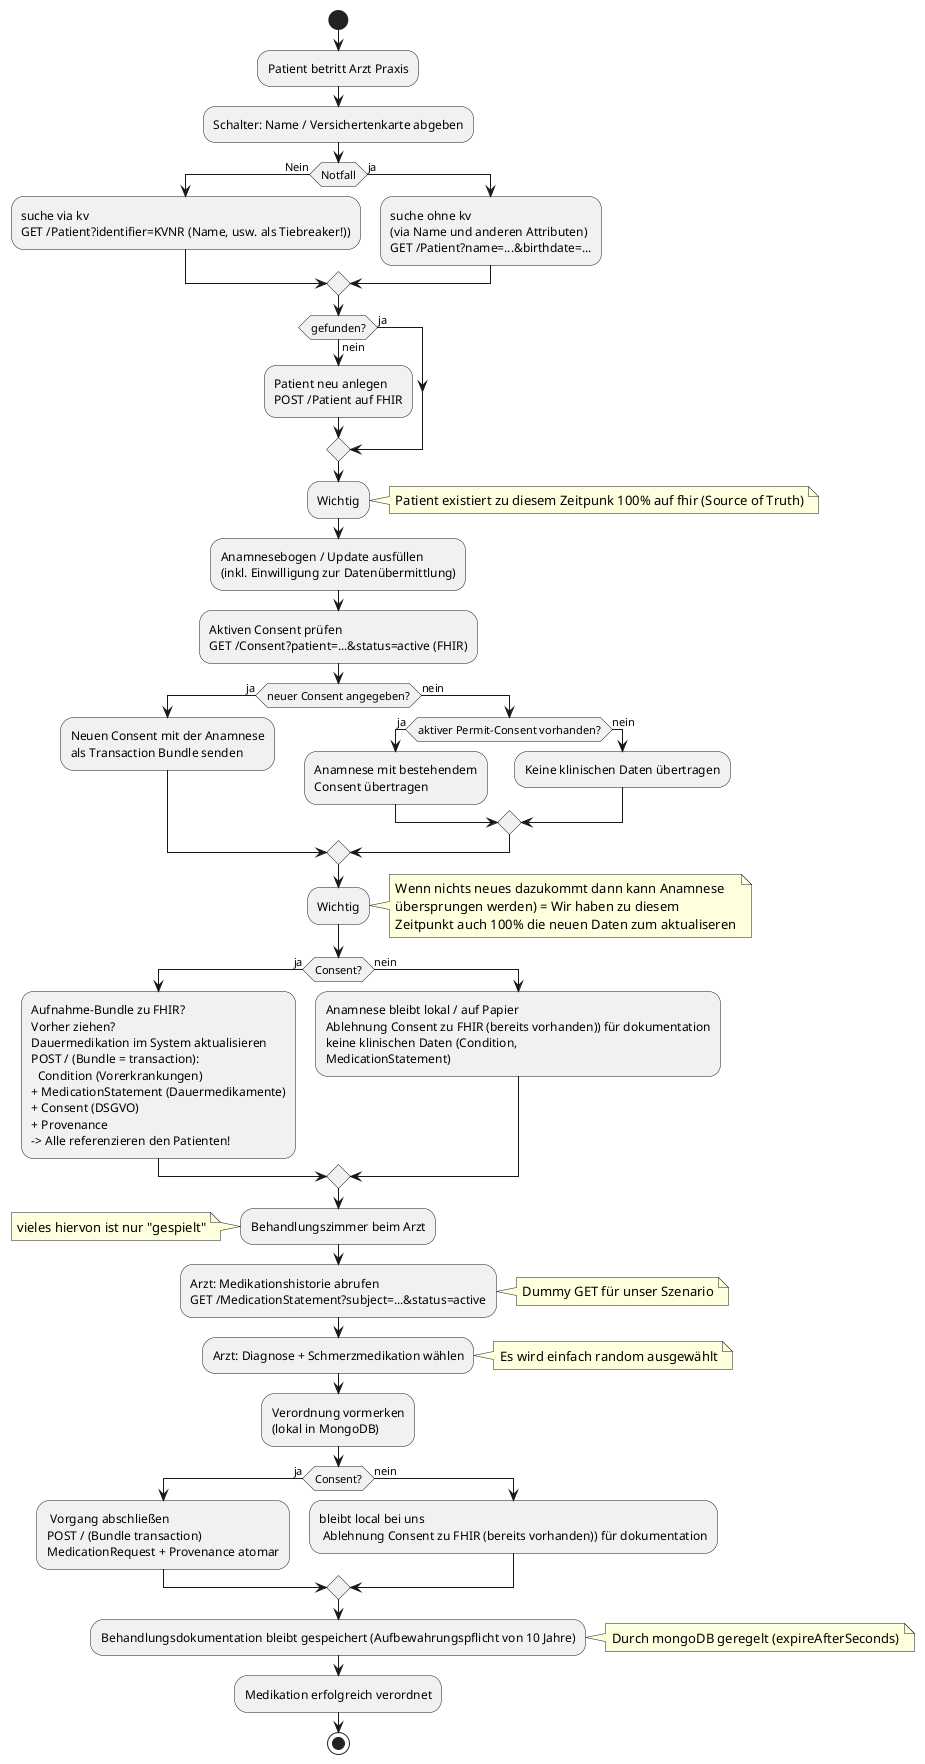
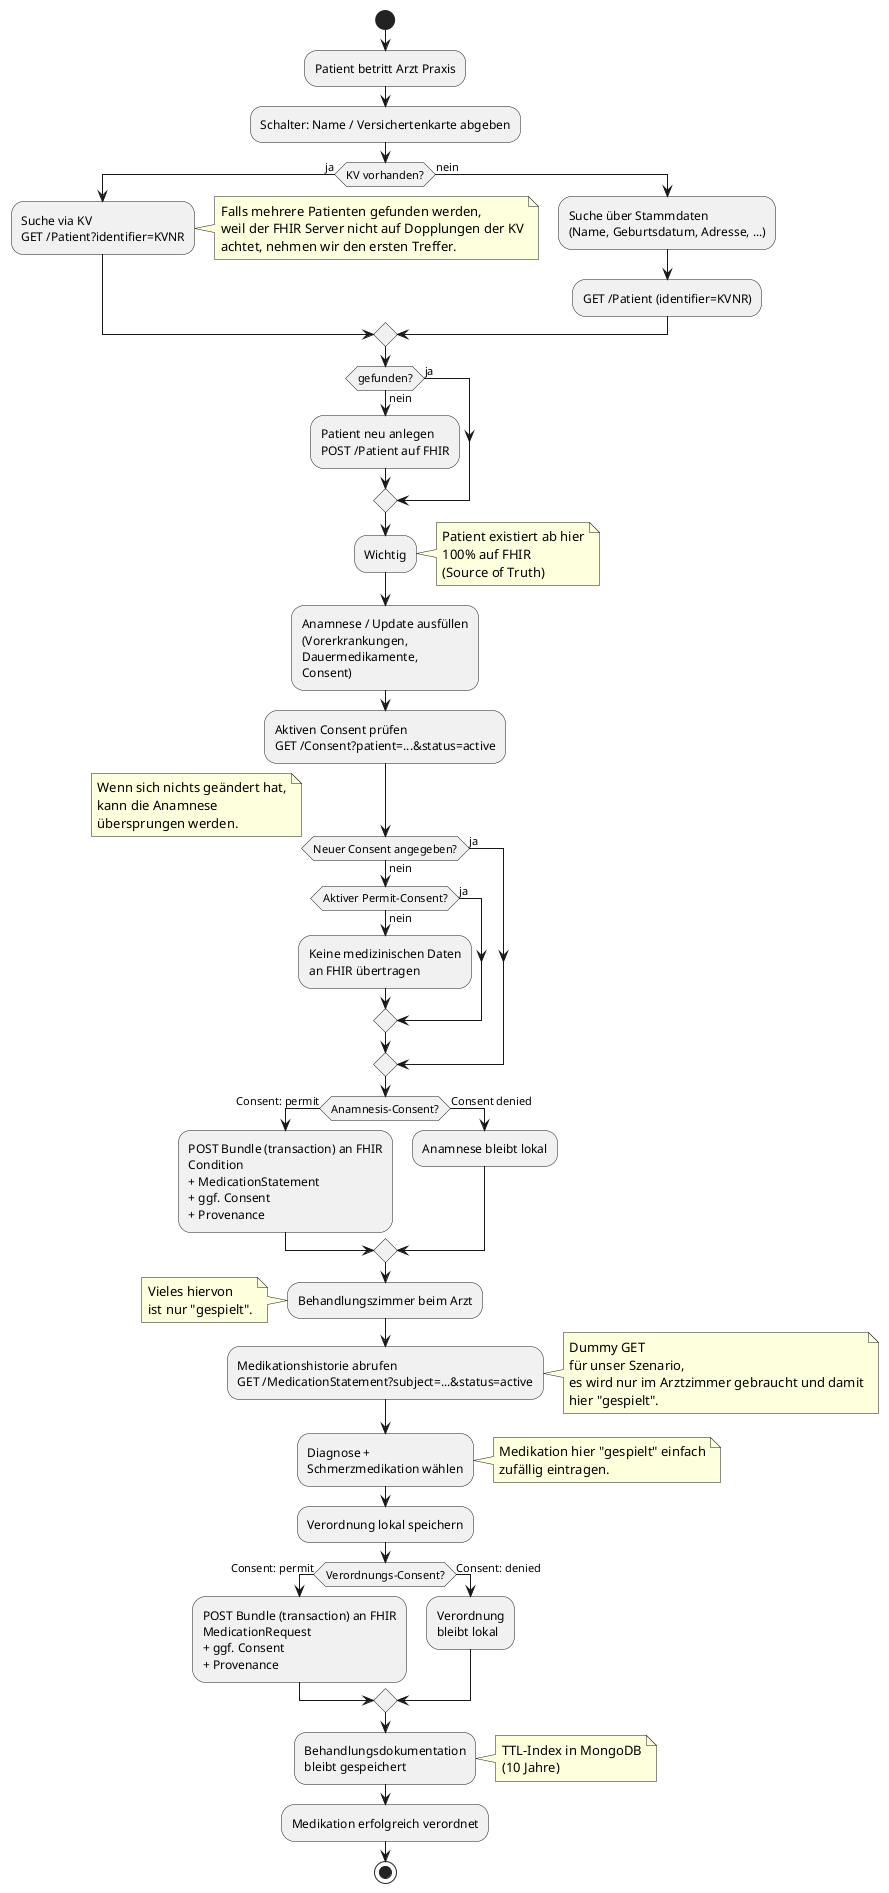
@startuml patientenJourny

start
:Patient betritt Arzt Praxis;

:Schalter: Name / Versichertenkarte abgeben;
- if(Notfall) then(Nein)
- :suche via kv
- GET /Patient?identifier=KVNR (Name, usw. als Tiebreaker!));
- else(ja)
-  :suche ohne kv
-  (via Name und anderen Attributen)
-  GET /Patient?name=...&birthdate=...;
+ if (KV vorhanden?) then (ja)
+   :Suche via KV
+   GET /Patient?identifier=KVNR;
+   note right
+     Falls mehrere Patienten gefunden werden,
+     weil der FHIR Server nicht auf Dopplungen der KV
+     achtet, nehmen wir den ersten Treffer.
+   end note
+ else (nein)
+   :Suche über Stammdaten
+   (Name, Geburtsdatum, Adresse, ...);
+   :GET /Patient (identifier=KVNR);
endif

if (gefunden?) then (ja)
else (nein)
  :Patient neu anlegen
  POST /Patient auf FHIR;
endif
+ 
:Wichtig;
-  note right
-     Patient existiert zu diesem Zeitpunk 100% auf fhir (Source of Truth)
-   end note
+ note right
+ Patient existiert ab hier
+ 100% auf FHIR
+ (Source of Truth)
+ end note

- :Anamnesebogen / Update ausfüllen
- (inkl. Einwilligung zur Datenübermittlung);
+ :Anamnese / Update ausfüllen
+ (Vorerkrankungen,
+ Dauermedikamente,
+ Consent);

:Aktiven Consent prüfen
- GET /Consent?patient=...&status=active (FHIR);
+ GET /Consent?patient=...&status=active;

- if (neuer Consent angegeben?) then (ja)
-   :Neuen Consent mit der Anamnese
-   als Transaction Bundle senden;
+ if (Neuer Consent angegeben?) then (ja)
else (nein)
-   if (aktiver Permit-Consent vorhanden?) then (ja)
-     :Anamnese mit bestehendem
-     Consent übertragen;
+   if (Aktiver Permit-Consent?) then (ja)
  else (nein)
-     :Keine klinischen Daten übertragen;
+     :Keine medizinischen Daten
+     an FHIR übertragen;
  endif
endif

- :Wichtig;
-  note right
-    Wenn nichts neues dazukommt dann kann Anamnese
-    übersprungen werden) = Wir haben zu diesem
-    Zeitpunkt auch 100% die neuen Daten zum aktualiseren
-   end note
+ note right
+ Wenn sich nichts geändert hat,
+ kann die Anamnese
+ übersprungen werden.
+ end note

- if (Consent?) then (ja)
-   :Aufnahme-Bundle zu FHIR?
-   Vorher ziehen?
-   Dauermedikation im System aktualisieren
-   POST / (Bundle = transaction):
-     Condition (Vorerkrankungen)
-   + MedicationStatement (Dauermedikamente)
-   + Consent (DSGVO)
-   + Provenance
-   -> Alle referenzieren den Patienten!;
- else (nein)
-   :Anamnese bleibt lokal / auf Papier
-   Ablehnung Consent zu FHIR (bereits vorhanden)) für dokumentation
-   keine klinischen Daten (Condition,
-   MedicationStatement);
+ if (Anamnesis-Consent?) then (Consent: permit)
+   :POST Bundle (transaction) an FHIR
+   Condition
+   + MedicationStatement
+   + ggf. Consent
+   + Provenance;
+ else (Consent denied)
+   :Anamnese bleibt lokal;
endif

:Behandlungszimmer beim Arzt;
+ 
note left
- vieles hiervon ist nur "gespielt"
- end note
- :Arzt: Medikationshistorie abrufen
- GET /MedicationStatement?subject=...&status=active;
- note right
- Dummy GET für unser Szenario
- end note
- :Arzt: Diagnose + Schmerzmedikation wählen;
- note right
- Es wird einfach random ausgewählt
+ Vieles hiervon
+ ist nur "gespielt".
end note

- :Verordnung vormerken
- (lokal in MongoDB);
+ :Medikationshistorie abrufen
+ GET /MedicationStatement?subject=...&status=active;

- if (Consent?) then (ja)
- : Vorgang abschließen
- POST / (Bundle transaction)
- MedicationRequest + Provenance atomar;
- else (nein)
- :bleibt local bei uns
-  Ablehnung Consent zu FHIR (bereits vorhanden)) für dokumentation;
- end if
+ note right
+ Dummy GET
+ für unser Szenario,
+ es wird nur im Arztzimmer gebraucht und damit
+ hier "gespielt".
+ end note

- :Behandlungsdokumentation bleibt gespeichert (Aufbewahrungspflicht von 10 Jahre);
+ :Diagnose +
+ Schmerzmedikation wählen;
+ 
note right
- Durch mongoDB geregelt (expireAfterSeconds)
+ Medikation hier "gespielt" einfach
+ zufällig eintragen.
+ end note
+ 
+ :Verordnung lokal speichern;
+ 
+ if (Verordnungs-Consent?) then (Consent: permit)
+   :POST Bundle (transaction) an FHIR
+   MedicationRequest
+   + ggf. Consent
+   + Provenance;
+ else (Consent: denied)
+   :Verordnung
+   bleibt lokal;
+ endif
+ 
+ :Behandlungsdokumentation
+ bleibt gespeichert;
+ 
+ note right
+ TTL-Index in MongoDB
+ (10 Jahre)
end note

:Medikation erfolgreich verordnet;
stop
- @enduml
+ 
+ @enduml